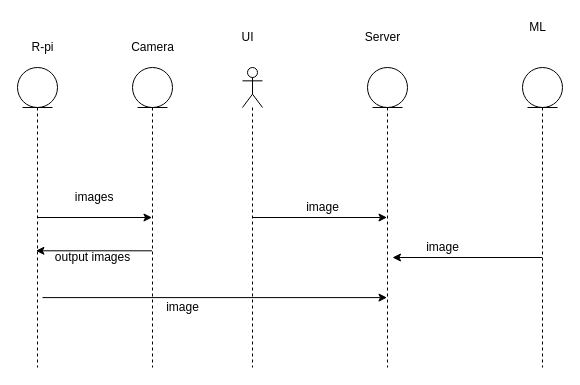
Earlier version of the draw.io diagram Untitled Diagram.drawio (ananyatanaya/dissertation-2020). Source tidied: cells renumbered, new cells numbered last; positions are measured from the earlier drawing's top-left corner, leaving out a move shared by most shapes. Both pictures are drawn from the tidied source at 100%, with x=0, y=0 at pixel (17, 17).
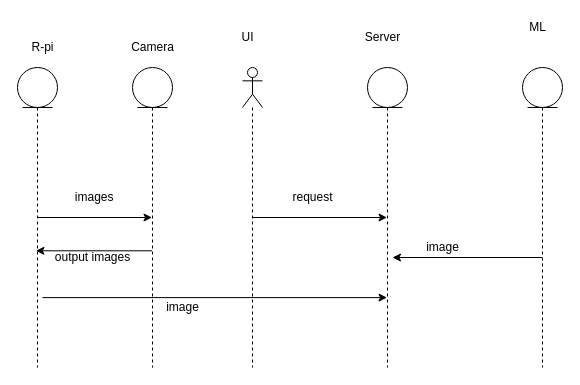
The same page after the edit.

Diff of the diagram source:
```diff
@@
-    <mxCell id="19" value="image" style="text;html=1;align=center;verticalAlign=middle;" parent="1" vertex="1">
-      <mxGeometry x="280" y="180" width="50" height="20" as="geometry" />
-    </mxCell>
@@
+    <mxCell id="22" value="request" style="text;html=1;align=center;verticalAlign=middle;" parent="1" vertex="1">
+      <mxGeometry x="265" y="170" width="60" height="20" as="geometry" />
+    </mxCell>
```
